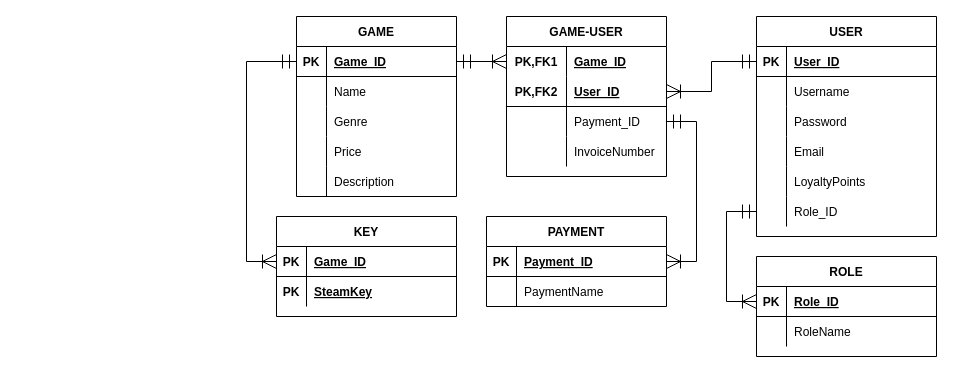
Earlier version of the draw.io diagram Diagram/GameShopDiagram.drawio (OSS-Java-Seminar/GameShop). Source tidied: cells renumbered, new cells numbered last; positions are measured from the earlier drawing's top-left corner, leaving out a move shared by most shapes. Both pictures are drawn from the tidied source at 100%, with x=0, y=0 at pixel (246, 16).
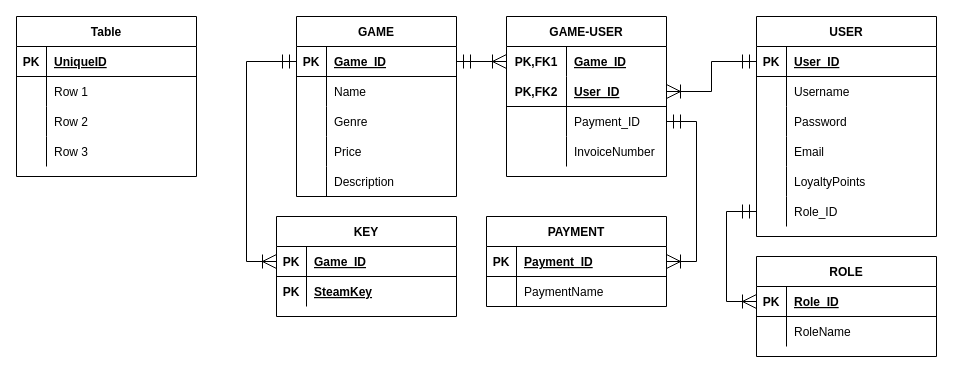
The same page after the edit.

What changed in the source:
```diff
@@
+    <mxCell id="76" value="Table" style="shape=table;startSize=30;childLayout=tableLayout;rowLines=0;fontStyle=1;align=center;" parent="1" vertex="1">
+      <mxGeometry x="-230" width="180" height="160" as="geometry" />
+    </mxCell>
+    <mxCell id="77" style="shape=partialRectangle;fillColor=none;top=0;left=0;bottom=1;right=0;" parent="76" vertex="1">
+      <mxGeometry y="30" width="180" height="30" as="geometry" />
+    </mxCell>
+    <mxCell id="78" value="PK" style="shape=partialRectangle;fillColor=none;top=0;left=0;bottom=0;right=0;fontStyle=1;overflow=hidden;" parent="77" vertex="1">
+      <mxGeometry width="30" height="30" as="geometry" />
+    </mxCell>
+    <mxCell id="79" value="UniqueID" style="shape=partialRectangle;fillColor=none;top=0;left=0;bottom=0;right=0;align=left;spacingLeft=6;fontStyle=5;overflow=hidden;" parent="77" vertex="1">
+      <mxGeometry x="30" width="150" height="30" as="geometry" />
+    </mxCell>
+    <mxCell id="80" style="shape=partialRectangle;fillColor=none;top=0;left=0;bottom=0;right=0;" parent="76" vertex="1">
+      <mxGeometry y="60" width="180" height="30" as="geometry" />
+    </mxCell>
+    <mxCell id="81" style="shape=partialRectangle;fillColor=none;top=0;left=0;bottom=0;right=0;overflow=hidden;" parent="80" vertex="1">
+      <mxGeometry width="30" height="30" as="geometry" />
+    </mxCell>
+    <mxCell id="82" value="Row 1" style="shape=partialRectangle;fillColor=none;top=0;left=0;bottom=0;right=0;align=left;spacingLeft=6;overflow=hidden;" parent="80" vertex="1">
+      <mxGeometry x="30" width="150" height="30" as="geometry" />
+    </mxCell>
+    <mxCell id="83" style="shape=partialRectangle;fillColor=none;top=0;left=0;bottom=0;right=0;" parent="76" vertex="1">
+      <mxGeometry y="90" width="180" height="30" as="geometry" />
+    </mxCell>
+    <mxCell id="84" style="shape=partialRectangle;fillColor=none;top=0;left=0;bottom=0;right=0;overflow=hidden;" parent="83" vertex="1">
+      <mxGeometry width="30" height="30" as="geometry" />
+    </mxCell>
+    <mxCell id="85" value="Row 2" style="shape=partialRectangle;fillColor=none;top=0;left=0;bottom=0;right=0;align=left;spacingLeft=6;overflow=hidden;" parent="83" vertex="1">
+      <mxGeometry x="30" width="150" height="30" as="geometry" />
+    </mxCell>
+    <mxCell id="86" style="shape=partialRectangle;fillColor=none;top=0;left=0;bottom=0;right=0;" parent="76" vertex="1">
+      <mxGeometry y="120" width="180" height="30" as="geometry" />
+    </mxCell>
+    <mxCell id="87" style="shape=partialRectangle;fillColor=none;top=0;left=0;bottom=0;right=0;overflow=hidden;" parent="86" vertex="1">
+      <mxGeometry width="30" height="30" as="geometry" />
+    </mxCell>
+    <mxCell id="88" value="Row 3" style="shape=partialRectangle;fillColor=none;top=0;left=0;bottom=0;right=0;align=left;spacingLeft=6;overflow=hidden;" parent="86" vertex="1">
+      <mxGeometry x="30" width="150" height="30" as="geometry" />
+    </mxCell>
```
